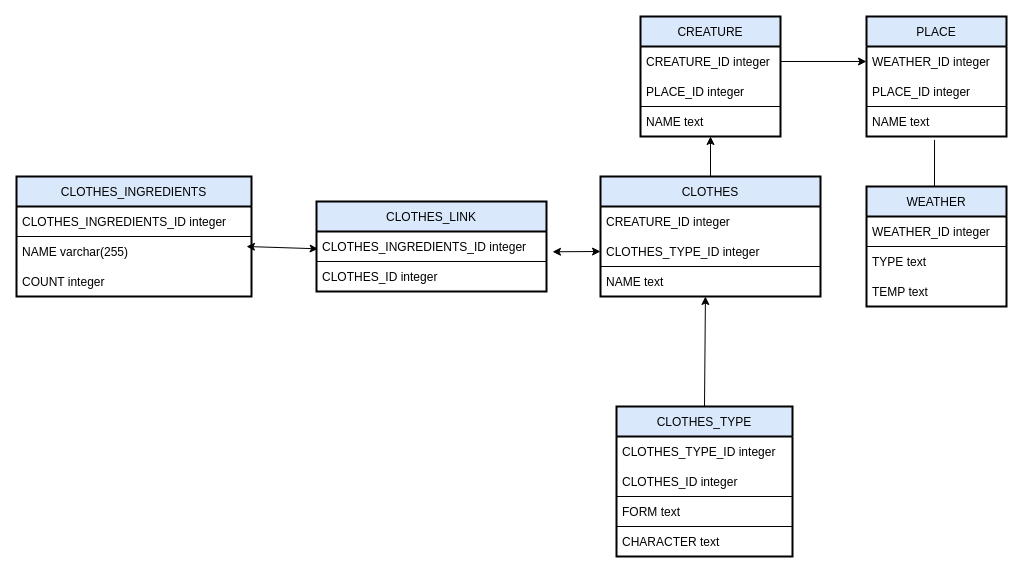
Earlier version of the draw.io diagram year3/Database/lab1/DataModel.drawio (buffer404/university). Source tidied: cells renumbered, new cells numbered last; positions are measured from the earlier drawing's top-left corner, leaving out a move shared by most shapes. Both pictures are drawn from the tidied source at 100%, with x=0, y=0 at pixel (16, 16).
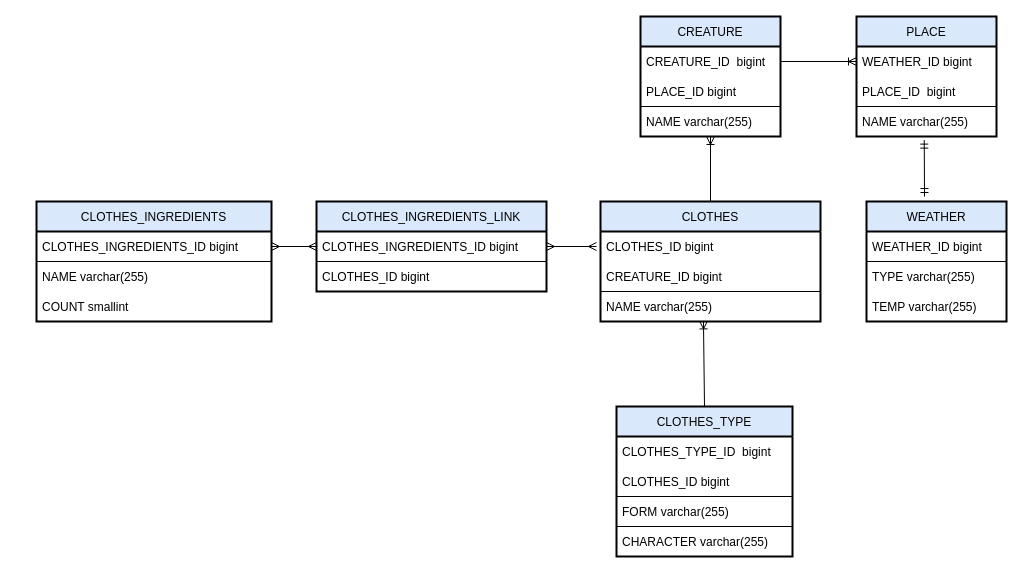
The same page after the edit.

The change refers to these unchanged cells:
```xml
<mxCell id="2" value="CREATURE" style="swimlane;fontStyle=0;horizontal=1;startSize=30;fillColor=#dae8fc;strokeColor=#000000;strokeWidth=2;" parent="1" vertex="1">
  <mxGeometry x="624" width="140" height="120" as="geometry" />
</mxCell>
<mxCell id="18" value="CLOTHES_TYPE" style="swimlane;fontStyle=0;horizontal=1;startSize=30;fillColor=#dae8fc;strokeColor=#000000;strokeWidth=2;" parent="1" vertex="1">
  <mxGeometry x="600" y="390" width="176" height="150" as="geometry" />
</mxCell>
```

Change to the diagram source:
```diff
@@
-    <mxCell id="3" value="CREATURE_ID integer" style="text;strokeColor=none;fillColor=none;align=left;verticalAlign=middle;spacingLeft=4;spacingRight=4;overflow=hidden;points=[[0,0.5],[1,0.5]];portConstraint=eastwest;" parent="2" vertex="1">
+    <mxCell id="3" value="CREATURE_ID  bigint" style="text;strokeColor=none;fillColor=none;align=left;verticalAlign=middle;spacingLeft=4;spacingRight=4;overflow=hidden;points=[[0,0.5],[1,0.5]];portConstraint=eastwest;" parent="2" vertex="1">
       <mxGeometry y="30" width="140" height="30" as="geometry" />
     </mxCell>
-    <mxCell id="4" value="PLACE_ID integer" style="text;strokeColor=none;fillColor=none;align=left;verticalAlign=middle;spacingLeft=4;spacingRight=4;overflow=hidden;" parent="2" vertex="1">
+    <mxCell id="4" value="PLACE_ID bigint" style="text;strokeColor=none;fillColor=none;align=left;verticalAlign=middle;spacingLeft=4;spacingRight=4;overflow=hidden;" parent="2" vertex="1">
       <mxGeometry y="60" width="140" height="30" as="geometry" />
     </mxCell>
-    <mxCell id="5" value="NAME text" style="text;strokeColor=default;fillColor=none;align=left;verticalAlign=middle;spacingLeft=4;spacingRight=4;overflow=hidden;points=[[0,0.5],[1,0.5]];portConstraint=eastwest;" parent="2" vertex="1">
+    <mxCell id="5" value="NAME varchar(255)" style="text;strokeColor=default;fillColor=none;align=left;verticalAlign=middle;spacingLeft=4;spacingRight=4;overflow=hidden;points=[[0,0.5],[1,0.5]];portConstraint=eastwest;" parent="2" vertex="1">
       <mxGeometry y="90" width="140" height="30" as="geometry" />
     </mxCell>
     <mxCell id="6" value="WEATHER" style="swimlane;fontStyle=0;horizontal=1;startSize=30;fillColor=#dae8fc;strokeColor=#000000;strokeWidth=2;" parent="1" vertex="1">
-      <mxGeometry x="850" y="170" width="140" height="120" as="geometry" />
+      <mxGeometry x="850" y="185" width="140" height="120" as="geometry" />
     </mxCell>
-    <mxCell id="7" value="WEATHER_ID integer" style="text;strokeColor=default;fillColor=none;align=left;verticalAlign=middle;spacingLeft=4;spacingRight=4;overflow=hidden;" parent="6" vertex="1">
+    <mxCell id="7" value="WEATHER_ID bigint" style="text;strokeColor=default;fillColor=none;align=left;verticalAlign=middle;spacingLeft=4;spacingRight=4;overflow=hidden;" parent="6" vertex="1">
       <mxGeometry y="30" width="140" height="30" as="geometry" />
     </mxCell>
-    <mxCell id="8" value="TYPE text" style="text;strokeColor=none;fillColor=none;align=left;verticalAlign=middle;spacingLeft=4;spacingRight=4;overflow=hidden;" parent="6" vertex="1">
+    <mxCell id="8" value="TYPE varchar(255)" style="text;strokeColor=none;fillColor=none;align=left;verticalAlign=middle;spacingLeft=4;spacingRight=4;overflow=hidden;" parent="6" vertex="1">
       <mxGeometry y="60" width="140" height="30" as="geometry" />
     </mxCell>
-    <mxCell id="9" value="TEMP text" style="text;strokeColor=none;fillColor=none;align=left;verticalAlign=middle;spacingLeft=4;spacingRight=4;overflow=hidden;" parent="6" vertex="1">
+    <mxCell id="9" value="TEMP varchar(255)" style="text;strokeColor=none;fillColor=none;align=left;verticalAlign=middle;spacingLeft=4;spacingRight=4;overflow=hidden;" parent="6" vertex="1">
       <mxGeometry y="90" width="140" height="30" as="geometry" />
     </mxCell>
     <mxCell id="10" value="PLACE" style="swimlane;fontStyle=0;horizontal=1;startSize=30;fillColor=#dae8fc;strokeColor=#000000;strokeWidth=2;" parent="1" vertex="1">
-      <mxGeometry x="850" width="140" height="120" as="geometry" />
+      <mxGeometry x="840" width="140" height="120" as="geometry" />
     </mxCell>
-    <mxCell id="11" value="WEATHER_ID integer" style="text;strokeColor=none;fillColor=none;align=left;verticalAlign=middle;spacingLeft=4;spacingRight=4;overflow=hidden;points=[[0,0.5],[1,0.5]];portConstraint=eastwest;" parent="10" vertex="1">
+    <mxCell id="11" value="WEATHER_ID bigint" style="text;strokeColor=none;fillColor=none;align=left;verticalAlign=middle;spacingLeft=4;spacingRight=4;overflow=hidden;points=[[0,0.5],[1,0.5]];portConstraint=eastwest;" parent="10" vertex="1">
       <mxGeometry y="30" width="140" height="30" as="geometry" />
     </mxCell>
-    <mxCell id="12" value="PLACE_ID integer" style="text;strokeColor=none;fillColor=none;align=left;verticalAlign=middle;spacingLeft=4;spacingRight=4;overflow=hidden;" parent="10" vertex="1">
+    <mxCell id="12" value="PLACE_ID  bigint" style="text;strokeColor=none;fillColor=none;align=left;verticalAlign=middle;spacingLeft=4;spacingRight=4;overflow=hidden;" parent="10" vertex="1">
       <mxGeometry y="60" width="140" height="30" as="geometry" />
     </mxCell>
-    <mxCell id="13" value="NAME text" style="text;strokeColor=default;fillColor=none;align=left;verticalAlign=middle;spacingLeft=4;spacingRight=4;overflow=hidden;points=[[0,0.5],[1,0.5]];portConstraint=eastwest;" parent="10" vertex="1">
+    <mxCell id="13" value="NAME varchar(255)" style="text;strokeColor=default;fillColor=none;align=left;verticalAlign=middle;spacingLeft=4;spacingRight=4;overflow=hidden;points=[[0,0.5],[1,0.5]];portConstraint=eastwest;" parent="10" vertex="1">
       <mxGeometry y="90" width="140" height="30" as="geometry" />
     </mxCell>
     <mxCell id="14" value="CLOTHES" style="swimlane;fontStyle=0;horizontal=1;startSize=30;fillColor=#dae8fc;strokeColor=#000000;strokeWidth=2;" parent="1" vertex="1">
-      <mxGeometry x="584" y="160" width="220" height="120" as="geometry" />
+      <mxGeometry x="584" y="185" width="220" height="120" as="geometry" />
     </mxCell>
-    <mxCell id="15" value="CREATURE_ID integer" style="text;strokeColor=none;fillColor=none;align=left;verticalAlign=middle;spacingLeft=4;spacingRight=4;overflow=hidden;" parent="14" vertex="1">
+    <mxCell id="15" value="CLOTHES_ID bigint" style="text;strokeColor=none;fillColor=none;align=left;verticalAlign=middle;spacingLeft=4;spacingRight=4;overflow=hidden;" parent="14" vertex="1">
       <mxGeometry y="30" width="220" height="30" as="geometry" />
     </mxCell>
-    <mxCell id="16" value="CLOTHES_TYPE_ID integer" style="text;strokeColor=none;fillColor=none;align=left;verticalAlign=middle;spacingLeft=4;spacingRight=4;overflow=hidden;" parent="14" vertex="1">
-      <mxGeometry y="60" width="220" height="30" as="geometry" />
-    </mxCell>
+    <mxCell id="36" value="CREATURE_ID bigint" style="text;strokeColor=none;fillColor=none;align=left;verticalAlign=middle;spacingLeft=4;spacingRight=4;overflow=hidden;" parent="14" vertex="1">
+      <mxGeometry y="60" width="220" height="30" as="geometry" />
+    </mxCell>
-    <mxCell id="17" value="NAME text" style="text;strokeColor=default;fillColor=none;align=left;verticalAlign=middle;spacingLeft=4;spacingRight=4;overflow=hidden;points=[[0,0.5],[1,0.5]];portConstraint=eastwest;" parent="14" vertex="1">
+    <mxCell id="17" value="NAME varchar(255)" style="text;strokeColor=default;fillColor=none;align=left;verticalAlign=middle;spacingLeft=4;spacingRight=4;overflow=hidden;points=[[0,0.5],[1,0.5]];portConstraint=eastwest;" parent="14" vertex="1">
       <mxGeometry y="90" width="220" height="30" as="geometry" />
     </mxCell>
@@
-    <mxCell id="19" value="CLOTHES_TYPE_ID integer" style="text;strokeColor=none;fillColor=none;align=left;verticalAlign=middle;spacingLeft=4;spacingRight=4;overflow=hidden;" parent="18" vertex="1">
+    <mxCell id="19" value="CLOTHES_TYPE_ID  bigint" style="text;strokeColor=none;fillColor=none;align=left;verticalAlign=middle;spacingLeft=4;spacingRight=4;overflow=hidden;" parent="18" vertex="1">
       <mxGeometry y="30" width="176" height="30" as="geometry" />
     </mxCell>
-    <mxCell id="20" value="CLOTHES_ID integer" style="text;strokeColor=none;fillColor=none;align=left;verticalAlign=middle;spacingLeft=4;spacingRight=4;overflow=hidden;rounded=0;glass=0;" parent="18" vertex="1">
+    <mxCell id="20" value="CLOTHES_ID bigint" style="text;strokeColor=none;fillColor=none;align=left;verticalAlign=middle;spacingLeft=4;spacingRight=4;overflow=hidden;rounded=0;glass=0;" parent="18" vertex="1">
       <mxGeometry y="60" width="176" height="30" as="geometry" />
     </mxCell>
-    <mxCell id="21" value="FORM text" style="text;strokeColor=default;fillColor=none;align=left;verticalAlign=middle;spacingLeft=4;spacingRight=4;overflow=hidden;perimeterSpacing=4;strokeWidth=1;rounded=0;" parent="18" vertex="1">
+    <mxCell id="21" value="FORM varchar(255)" style="text;strokeColor=default;fillColor=none;align=left;verticalAlign=middle;spacingLeft=4;spacingRight=4;overflow=hidden;perimeterSpacing=4;strokeWidth=1;rounded=0;" parent="18" vertex="1">
       <mxGeometry y="90" width="176" height="30" as="geometry" />
     </mxCell>
-    <mxCell id="22" value="CHARACTER text" style="text;strokeColor=none;fillColor=none;align=left;verticalAlign=middle;spacingLeft=4;spacingRight=4;overflow=hidden;" parent="18" vertex="1">
+    <mxCell id="22" value="CHARACTER varchar(255)" style="text;strokeColor=none;fillColor=none;align=left;verticalAlign=middle;spacingLeft=4;spacingRight=4;overflow=hidden;" parent="18" vertex="1">
       <mxGeometry y="120" width="176" height="30" as="geometry" />
     </mxCell>
     <mxCell id="23" value="CLOTHES_INGREDIENTS" style="swimlane;fontStyle=0;horizontal=1;startSize=30;fillColor=#dae8fc;strokeColor=default;strokeWidth=2;" parent="1" vertex="1">
-      <mxGeometry y="160" width="235" height="120" as="geometry" />
+      <mxGeometry x="20" y="185" width="235" height="120" as="geometry" />
     </mxCell>
-    <mxCell id="24" value="CLOTHES_INGREDIENTS_ID integer" style="text;strokeColor=default;fillColor=none;align=left;verticalAlign=middle;spacingLeft=4;spacingRight=4;overflow=hidden;points=[[0,0.5],[1,0.5]];portConstraint=eastwest;" parent="23" vertex="1">
+    <mxCell id="24" value="CLOTHES_INGREDIENTS_ID bigint" style="text;strokeColor=default;fillColor=none;align=left;verticalAlign=middle;spacingLeft=4;spacingRight=4;overflow=hidden;points=[[0,0.5],[1,0.5]];portConstraint=eastwest;" parent="23" vertex="1">
       <mxGeometry y="30" width="235" height="30" as="geometry" />
     </mxCell>
@@
-    <mxCell id="26" value="COUNT integer" style="text;strokeColor=none;fillColor=none;align=left;verticalAlign=middle;spacingLeft=4;spacingRight=4;overflow=hidden;" parent="23" vertex="1">
+    <mxCell id="26" value="COUNT smallint" style="text;strokeColor=none;fillColor=none;align=left;verticalAlign=middle;spacingLeft=4;spacingRight=4;overflow=hidden;" parent="23" vertex="1">
       <mxGeometry y="90" width="235" height="30" as="geometry" />
     </mxCell>
-    <mxCell id="27" style="endArrow=classic;html=1;rounded=0;exitX=0.5;exitY=0;exitDx=0;exitDy=0;" parent="1" edge="1" source="14">
-      <mxGeometry relative="1" as="geometry">
-        <mxPoint x="694" y="120" as="targetPoint" />
-      </mxGeometry>
-    </mxCell>
-    <mxCell id="28" style="endArrow=classic;html=1;rounded=0;exitX=0.5;exitY=0;exitDx=0;exitDy=0;entryX=0.477;entryY=1;entryDx=0;entryDy=0;entryPerimeter=0;" parent="1" edge="1" source="18" target="17">
-      <mxGeometry relative="1" as="geometry" />
-    </mxCell>
-    <mxCell id="29" style="endArrow=classic;startArrow=classic;html=1;rounded=0;entryX=0.007;entryY=-0.089;entryDx=0;entryDy=0;entryPerimeter=0;" parent="1" edge="1">
-      <mxGeometry relative="1" as="geometry">
-        <mxPoint x="230" y="230" as="sourcePoint" />
-        <mxPoint x="301.6" y="232.3" as="targetPoint" />
-      </mxGeometry>
-    </mxCell>
-    <mxCell id="30" style="edgeStyle=orthogonalEdgeStyle;rounded=0;jettySize=auto;html=1;entryX=0;entryY=0.5;entryDx=0;entryDy=0;" parent="1" edge="1" source="3" target="11">
-      <mxGeometry relative="1" as="geometry" />
-    </mxCell>
-    <mxCell id="31" style="endArrow=none;html=1;rounded=0;entryX=0.486;entryY=1.111;entryDx=0;entryDy=0;entryPerimeter=0;" parent="1" edge="1" target="13">
-      <mxGeometry relative="1" as="geometry">
-        <mxPoint x="918" y="170" as="sourcePoint" />
-      </mxGeometry>
-    </mxCell>
-    <mxCell id="32" value="CLOTHES_LINK" style="swimlane;fontStyle=0;horizontal=1;startSize=30;fillColor=#dae8fc;strokeColor=#000000;strokeWidth=2;" parent="1" vertex="1">
+    <mxCell id="32" value="CLOTHES_INGREDIENTS_LINK" style="swimlane;fontStyle=0;horizontal=1;startSize=30;fillColor=#dae8fc;strokeColor=#000000;strokeWidth=2;" parent="1" vertex="1">
       <mxGeometry x="300" y="185" width="230" height="90" as="geometry" />
     </mxCell>
-    <mxCell id="33" value="CLOTHES_INGREDIENTS_ID integer" style="text;strokeColor=default;fillColor=none;align=left;verticalAlign=middle;spacingLeft=4;spacingRight=4;overflow=hidden;points=[[0,0.5],[1,0.5]];portConstraint=eastwest;" parent="32" vertex="1">
+    <mxCell id="33" value="CLOTHES_INGREDIENTS_ID bigint" style="text;strokeColor=default;fillColor=none;align=left;verticalAlign=middle;spacingLeft=4;spacingRight=4;overflow=hidden;points=[[0,0.5],[1,0.5]];portConstraint=eastwest;" parent="32" vertex="1">
       <mxGeometry y="30" width="230" height="30" as="geometry" />
     </mxCell>
-    <mxCell id="34" value="CLOTHES_ID integer" style="text;strokeColor=default;fillColor=none;align=left;verticalAlign=middle;spacingLeft=4;spacingRight=4;overflow=hidden;" parent="32" vertex="1">
+    <mxCell id="34" value="CLOTHES_ID bigint" style="text;strokeColor=default;fillColor=none;align=left;verticalAlign=middle;spacingLeft=4;spacingRight=4;overflow=hidden;" parent="32" vertex="1">
       <mxGeometry y="60" width="230" height="30" as="geometry" />
     </mxCell>
-    <mxCell id="35" style="endArrow=classic;startArrow=classic;html=1;rounded=0;entryX=0;entryY=0.5;entryDx=0;entryDy=0;exitX=1.026;exitY=0.011;exitDx=0;exitDy=0;exitPerimeter=0;" parent="1" edge="1">
-      <mxGeometry relative="1" as="geometry">
-        <mxPoint x="536" y="235.3" as="sourcePoint" />
-        <mxPoint x="584" y="235" as="targetPoint" />
-      </mxGeometry>
-    </mxCell>
+    <mxCell id="37" style="fontSize=12;html=1;endArrow=ERmandOne;startArrow=ERmandOne;rounded=0;entryX=0.484;entryY=1.12;entryDx=0;entryDy=0;entryPerimeter=0;" parent="1" edge="1" target="13">
+      <mxGeometry relative="1" as="geometry">
+        <mxPoint x="908" y="180" as="sourcePoint" />
+      </mxGeometry>
+    </mxCell>
+    <mxCell id="30" style="fontSize=12;html=1;endArrow=ERoneToMany;rounded=0;exitX=1;exitY=0.5;exitDx=0;exitDy=0;entryX=0;entryY=0.5;entryDx=0;entryDy=0;" parent="1" edge="1" source="3" target="11">
+      <mxGeometry relative="1" as="geometry" />
+    </mxCell>
+    <mxCell id="38" style="fontSize=12;html=1;endArrow=ERoneToMany;rounded=0;exitX=0.5;exitY=0;exitDx=0;exitDy=0;" parent="1" edge="1" source="14" target="5">
+      <mxGeometry relative="1" as="geometry" />
+    </mxCell>
+    <mxCell id="28" style="fontSize=12;html=1;endArrow=ERoneToMany;rounded=0;exitX=0.5;exitY=0;exitDx=0;exitDy=0;entryX=0.468;entryY=0.98;entryDx=0;entryDy=0;entryPerimeter=0;" parent="1" edge="1" source="18" target="17">
+      <mxGeometry relative="1" as="geometry" />
+    </mxCell>
+    <mxCell id="39" style="edgeStyle=entityRelationEdgeStyle;fontSize=12;html=1;endArrow=ERmany;startArrow=ERmany;rounded=0;exitX=1;exitY=0.5;exitDx=0;exitDy=0;" parent="1" edge="1" source="33">
+      <mxGeometry relative="1" as="geometry">
+        <mxPoint x="580" y="230" as="targetPoint" />
+      </mxGeometry>
+    </mxCell>
+    <mxCell id="40" style="edgeStyle=entityRelationEdgeStyle;fontSize=12;html=1;endArrow=ERmany;startArrow=ERmany;rounded=0;entryX=0;entryY=0.5;entryDx=0;entryDy=0;exitX=1;exitY=0.5;exitDx=0;exitDy=0;" parent="1" edge="1" source="24" target="32">
+      <mxGeometry relative="1" as="geometry" />
+    </mxCell>
```
